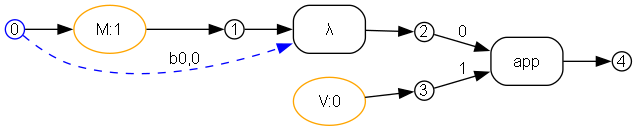
ammatsui/bhypvis keeps this Graphviz diagram as crates/bhyp/images/test_example_beta_rule_instance_v_to_lambda_x_tx/substitution_shared_for_left_left.png. Above is the earlier version. Its source is kept beside it as crates/bhyp/images/test_example_beta_rule_instance_v_to_lambda_x_tx/substitution_shared_for_left_left.dot.
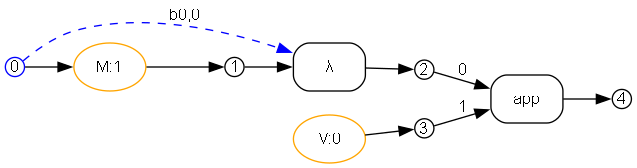
The same file after the commit.

The edit, as a diff of the source:
```diff
@@ -5,25 +5,25 @@
   node [fontname="Helvetica", fontsize=12];
   edge [fontname="Helvetica", fontsize=12];
 
+  n0 [label="0", shape=circle, style=filled, fillcolor=white, color="blue", width=0.2, height=0.2, fixedsize=true];
+  n2 [label="2", shape=circle, style=filled, fillcolor=white, color="black", width=0.2, height=0.2, fixedsize=true];
+  n1 [label="1", shape=circle, style=filled, fillcolor=white, color="black", width=0.2, height=0.2, fixedsize=true];
+  n3 [label="3", shape=circle, style=filled, fillcolor=white, color="black", width=0.2, height=0.2, fixedsize=true];
   n4 [label="4", shape=circle, style=filled, fillcolor=white, color="black", width=0.2, height=0.2, fixedsize=true];
-  n1 [label="1", shape=circle, style=filled, fillcolor=white, color="black", width=0.2, height=0.2, fixedsize=true];
-  n2 [label="2", shape=circle, style=filled, fillcolor=white, color="black", width=0.2, height=0.2, fixedsize=true];
-  n0 [label="0", shape=circle, style=filled, fillcolor=white, color="blue", width=0.2, height=0.2, fixedsize=true];
-  n3 [label="3", shape=circle, style=filled, fillcolor=white, color="black", width=0.2, height=0.2, fixedsize=true];
 
+  e1 [label="λ", shape=box, style=rounded, color="black"];
+  e0 [label="M:1", shape=ellipse, style=rounded, color="orange"];
   e2 [label="V:0", shape=ellipse, style=rounded, color="orange"];
-  e0 [label="M:1", shape=ellipse, style=rounded, color="orange"];
   e3 [label="app", shape=box, style=rounded, color="black"];
-  e1 [label="λ", shape=box, style=rounded, color="black"];
 
+  n1 -> e1 [label=""];
+  n0 -> e1 [style=dashed, color="blue", constraint=false, label="b0,0"];
   n0 -> e0 [label=""];
   n2 -> e3 [label="0"];
   n3 -> e3 [label="1"];
-  n1 -> e1 [label=""];
-  n0 -> e1 [style=dashed, color="blue", constraint=false, label="b0,0"];
 
+  e1 -> n2 [label=""];
+  e0 -> n1 [label=""];
   e2 -> n3 [label=""];
-  e0 -> n1 [label=""];
   e3 -> n4 [label=""];
-  e1 -> n2 [label=""];
 }
```
